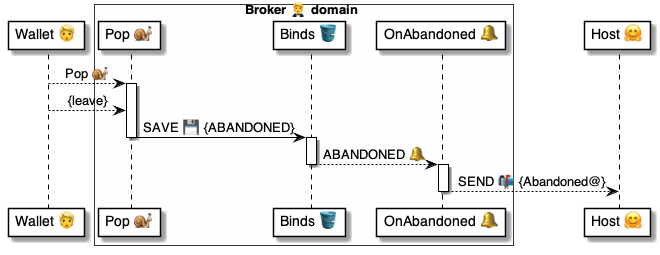
Earlier version of the PlantUML export 4 ⚙️ Solution/20 🧑‍🦰 UI/Brokers 🤵/🤵🪣 Broker tables/Chats 💬 table/🪣🧱 31 Abandoned 🔔 event/🤵 OnChatAbandoned ⚙️ uml.png (pollyweb-org/pollyweb-docs). Its source is kept beside it as 4 ⚙️ Solution/20 🧑‍🦰 UI/Brokers 🤵/🤵🪣 Broker tables/Chats 💬 table/🪣🧱 31 Abandoned 🔔 event/🤵 OnChatAbandoned ⚙️ uml.puml.
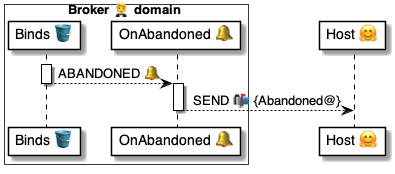
Above is the later version.

Change to the diagram source:
```diff
@@ -1,21 +1,11 @@
 @startuml OnChatAbandoned
 
-participant "Wallet 👱" as wallet
-
 box Broker 🤵 domain #FFFFFA
-    participant "Pop 🐌" as script
     participant "Binds 🪣" as binds
     participant "OnAbandoned 🔔" as handler
 end box
-
 participant "Host 🤗" as host
 
-wallet --> script: Pop 🐌
-
-activate script
-    wallet --> script: {leave}
-    script -> binds: SAVE 💾 {ABANDONED}
-deactivate script
 
 activate binds
     binds --> handler: ABANDONED 🔔
```
